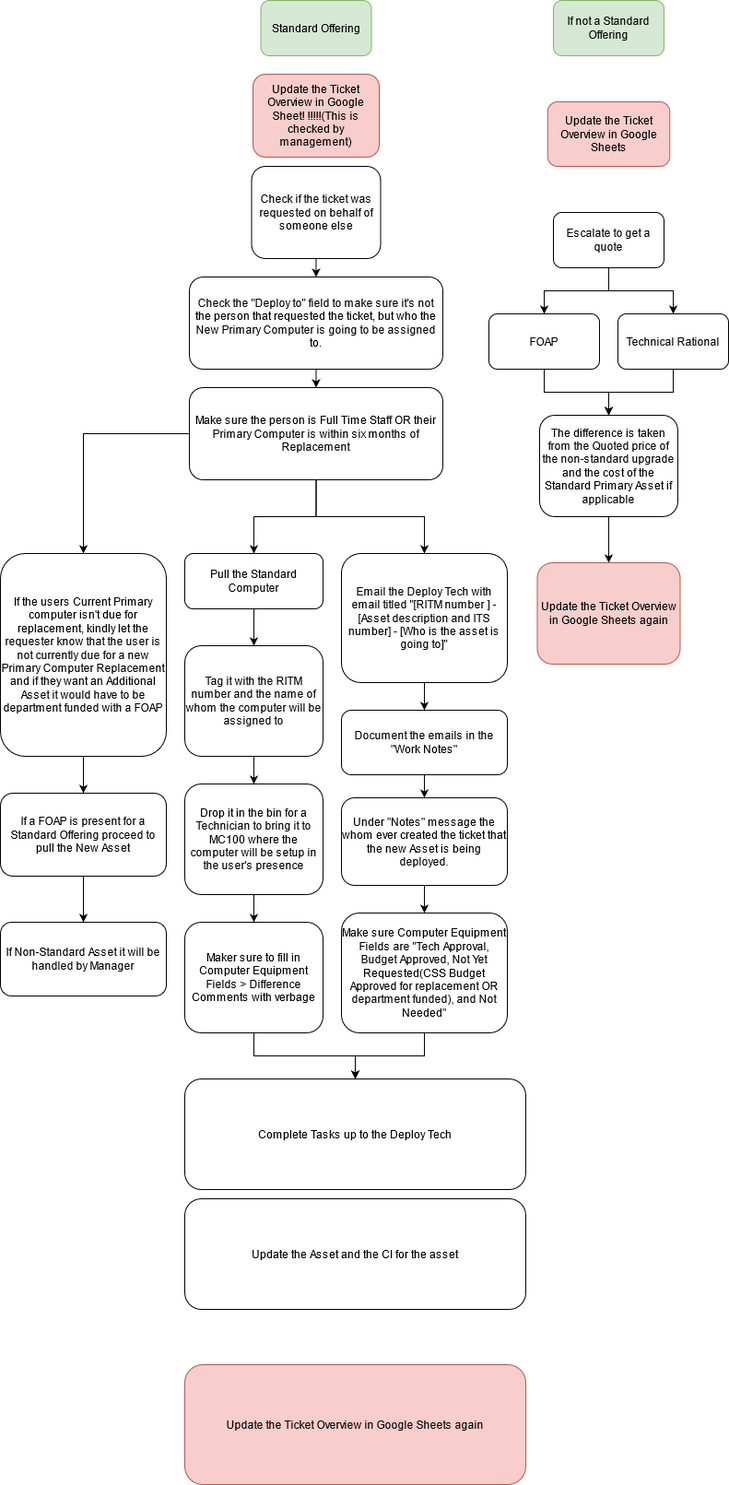
The draw.io diagram Untitled Diagram.drawio.png in KevinWongCS/USFUSF, before a commit. Source tidied: cells renumbered, new cells last; positions are measured from the earlier drawing's top-left corner, leaving out a move shared by most shapes.
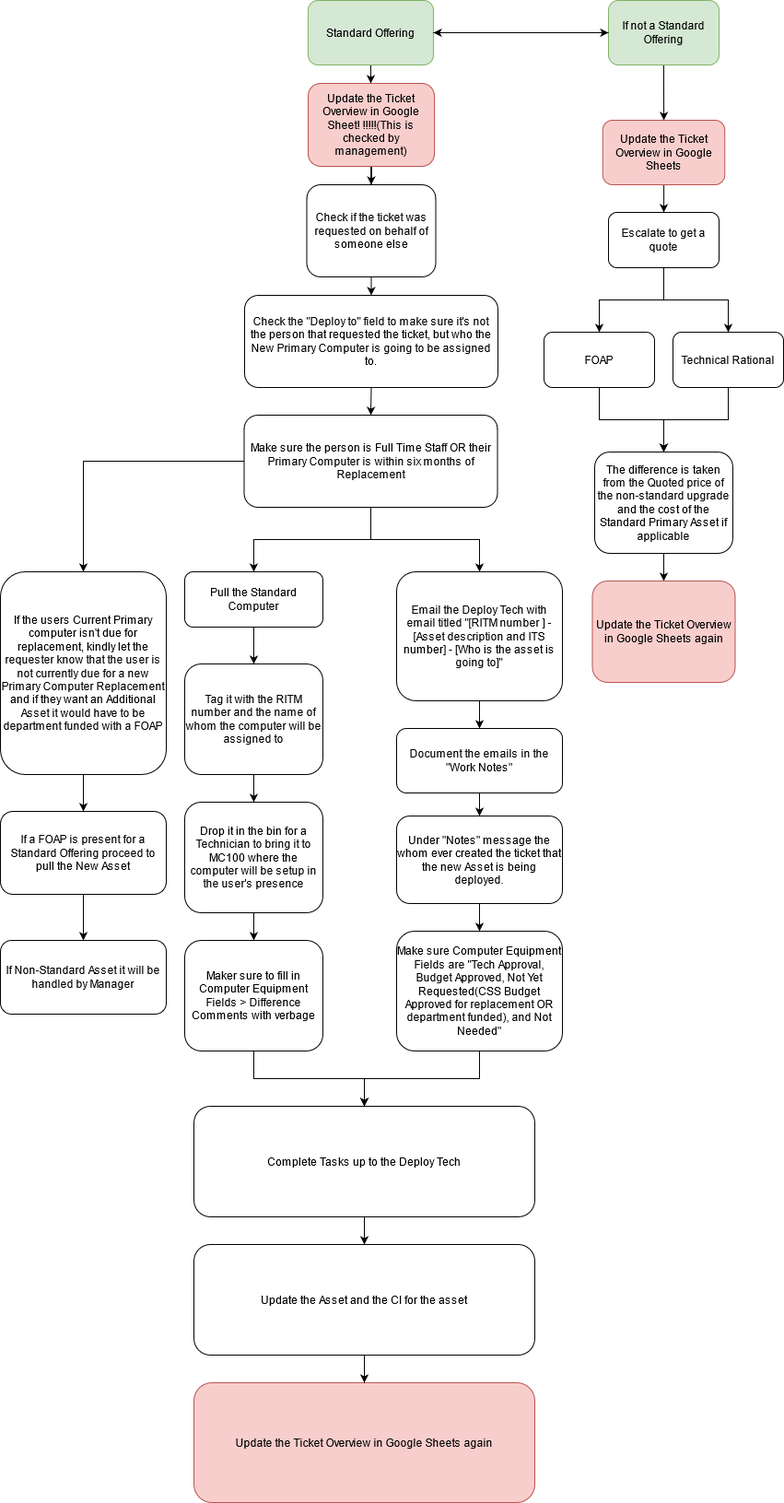
Above is the later version.

Diff of the diagram source:
```diff
@@ -2,8 +2,11 @@
   <root>
     <mxCell id="0" />
     <mxCell id="1" parent="0" />
+    <mxCell id="48" style="edgeStyle=orthogonalEdgeStyle;rounded=0;jettySize=auto;html=1;" parent="1" edge="1" source="2" target="11">
+      <mxGeometry relative="1" as="geometry" />
+    </mxCell>
     <mxCell id="2" value="Standard Offering" style="rounded=1;whiteSpace=wrap;html=1;fillColor=#d5e8d4;strokeColor=#82b366;" parent="1" vertex="1">
-      <mxGeometry x="282.5" width="120" height="60" as="geometry" />
+      <mxGeometry x="274" y="-20" width="136" height="70" as="geometry" />
     </mxCell>
     <mxCell id="3" style="edgeStyle=orthogonalEdgeStyle;rounded=0;jettySize=auto;html=1;exitX=0.5;exitY=1;exitDx=0;exitDy=0;entryX=0.5;entryY=0;entryDx=0;entryDy=0;" parent="1" edge="1" target="6">
       <mxGeometry relative="1" as="geometry">
@@ -23,16 +26,19 @@
       <mxGeometry relative="1" as="geometry" />
     </mxCell>
     <mxCell id="8" value="Pull the Standard Computer" style="rounded=1;whiteSpace=wrap;html=1;" parent="1" vertex="1">
-      <mxGeometry x="200" y="600" width="150" height="60" as="geometry" />
+      <mxGeometry x="140" y="600" width="150" height="60" as="geometry" />
     </mxCell>
     <mxCell id="9" style="edgeStyle=orthogonalEdgeStyle;rounded=0;jettySize=auto;html=1;" parent="1" edge="1" source="10" target="17">
       <mxGeometry relative="1" as="geometry" />
     </mxCell>
     <mxCell id="10" value="Tag it with the RITM number and the name of whom the computer will be assigned to" style="rounded=1;whiteSpace=wrap;html=1;" parent="1" vertex="1">
-      <mxGeometry x="200" y="700" width="150" height="120" as="geometry" />
+      <mxGeometry x="140" y="700" width="150" height="120" as="geometry" />
     </mxCell>
+    <mxCell id="49" style="edgeStyle=orthogonalEdgeStyle;rounded=0;jettySize=auto;html=1;" parent="1" edge="1" source="11" target="4">
+      <mxGeometry relative="1" as="geometry" />
+    </mxCell>
     <mxCell id="11" value="Update the Ticket Overview in Google Sheet! !!!!!(This is checked by management)" style="rounded=1;whiteSpace=wrap;html=1;fillColor=#f8cecc;strokeColor=#b85450;" parent="1" vertex="1">
-      <mxGeometry x="274" y="80" width="137" height="90" as="geometry" />
+      <mxGeometry x="274" y="70" width="137" height="90" as="geometry" />
     </mxCell>
     <mxCell id="12" style="edgeStyle=orthogonalEdgeStyle;rounded=0;jettySize=auto;html=1;entryX=0.5;entryY=0;entryDx=0;entryDy=0;" parent="1" edge="1" source="15" target="19">
       <mxGeometry relative="1" as="geometry" />
@@ -44,19 +50,19 @@
       <mxGeometry relative="1" as="geometry" />
     </mxCell>
     <mxCell id="15" value="Make sure the person is Full Time Staff OR their Primary Computer is within six months of Replacement " style="rounded=1;whiteSpace=wrap;html=1;" parent="1" vertex="1">
-      <mxGeometry x="205" y="420" width="275" height="100" as="geometry" />
+      <mxGeometry x="204.5" y="430" width="275" height="100" as="geometry" />
     </mxCell>
     <mxCell id="16" style="edgeStyle=orthogonalEdgeStyle;rounded=0;jettySize=auto;html=1;" parent="1" edge="1" source="17" target="41">
       <mxGeometry relative="1" as="geometry" />
     </mxCell>
     <mxCell id="17" value="Drop it in the bin for a Technician to bring it to MC100 where the computer will be setup in the user's presence" style="rounded=1;whiteSpace=wrap;html=1;" parent="1" vertex="1">
-      <mxGeometry x="200" y="850" width="150" height="120" as="geometry" />
+      <mxGeometry x="140" y="850" width="150" height="120" as="geometry" />
     </mxCell>
     <mxCell id="18" style="edgeStyle=orthogonalEdgeStyle;rounded=0;jettySize=auto;html=1;" parent="1" edge="1" source="19" target="37">
       <mxGeometry relative="1" as="geometry" />
     </mxCell>
     <mxCell id="19" value="If the users Current Primary computer isn't due for replacement, kindly let the requester know that the user is not currently due for a new Primary Computer Replacement and if they want an Additional Asset it would have to be department funded with a FOAP" style="rounded=1;whiteSpace=wrap;html=1;" parent="1" vertex="1">
-      <mxGeometry y="600" width="180" height="220" as="geometry" />
+      <mxGeometry x="-60" y="600" width="180" height="220" as="geometry" />
     </mxCell>
     <mxCell id="20" style="edgeStyle=orthogonalEdgeStyle;rounded=0;jettySize=auto;html=1;" parent="1" edge="1" source="21" target="23">
       <mxGeometry relative="1" as="geometry" />
@@ -77,7 +83,7 @@
       <mxGeometry relative="1" as="geometry" />
     </mxCell>
     <mxCell id="26" value="Escalate to get a quote" style="rounded=1;whiteSpace=wrap;html=1;" parent="1" vertex="1">
-      <mxGeometry x="600" y="230" width="120" height="60" as="geometry" />
+      <mxGeometry x="600" y="210" width="120" height="60" as="geometry" />
     </mxCell>
     <mxCell id="27" style="edgeStyle=orthogonalEdgeStyle;rounded=0;jettySize=auto;html=1;entryX=0.5;entryY=0;entryDx=0;entryDy=0;" parent="1" edge="1" source="28" target="32">
       <mxGeometry relative="1" as="geometry" />
@@ -95,10 +101,13 @@
       <mxGeometry relative="1" as="geometry" />
     </mxCell>
     <mxCell id="32" value="The difference is taken from the Quoted price of the non-standard upgrade and the cost of the Standard Primary Asset if applicable" style="rounded=1;whiteSpace=wrap;html=1;" parent="1" vertex="1">
-      <mxGeometry x="585" y="450" width="150" height="110" as="geometry" />
+      <mxGeometry x="585" y="470" width="150" height="110" as="geometry" />
     </mxCell>
+    <mxCell id="50" style="edgeStyle=orthogonalEdgeStyle;rounded=0;jettySize=auto;html=1;" parent="1" edge="1" source="33" target="45">
+      <mxGeometry relative="1" as="geometry" />
+    </mxCell>
     <mxCell id="33" value="If not a Standard Offering " style="rounded=1;whiteSpace=wrap;html=1;fillColor=#d5e8d4;strokeColor=#82b366;" parent="1" vertex="1">
-      <mxGeometry x="600" width="120" height="60" as="geometry" />
+      <mxGeometry x="600" y="-20" width="120" height="70" as="geometry" />
     </mxCell>
     <mxCell id="34" style="edgeStyle=orthogonalEdgeStyle;rounded=0;jettySize=auto;html=1;" parent="1" edge="1" source="35" target="43">
       <mxGeometry relative="1" as="geometry" />
@@ -110,19 +119,22 @@
       <mxGeometry relative="1" as="geometry" />
     </mxCell>
     <mxCell id="37" value="If a FOAP is present for a Standard Offering proceed to pull the New Asset " style="rounded=1;whiteSpace=wrap;html=1;" parent="1" vertex="1">
-      <mxGeometry y="860" width="180" height="90" as="geometry" />
+      <mxGeometry x="-60" y="860" width="180" height="90" as="geometry" />
     </mxCell>
     <mxCell id="38" value="If Non-Standard Asset it will be handled by Manager" style="rounded=1;whiteSpace=wrap;html=1;" parent="1" vertex="1">
-      <mxGeometry y="1000" width="180" height="80" as="geometry" />
+      <mxGeometry x="-60" y="1000" width="180" height="80" as="geometry" />
     </mxCell>
+    <mxCell id="51" style="edgeStyle=orthogonalEdgeStyle;rounded=0;jettySize=auto;html=1;" parent="1" edge="1" source="39" target="47">
+      <mxGeometry relative="1" as="geometry" />
+    </mxCell>
     <mxCell id="39" value="Complete Tasks up to the Deploy Tech" style="rounded=1;whiteSpace=wrap;html=1;" parent="1" vertex="1">
-      <mxGeometry x="200" y="1170" width="370" height="120" as="geometry" />
+      <mxGeometry x="150" y="1180" width="370" height="120" as="geometry" />
     </mxCell>
     <mxCell id="40" style="edgeStyle=orthogonalEdgeStyle;rounded=0;jettySize=auto;html=1;" parent="1" edge="1" source="41" target="39">
       <mxGeometry relative="1" as="geometry" />
     </mxCell>
     <mxCell id="41" value="Maker sure to fill in Computer Equipment Fields &amp;gt; Difference Comments with verbage" style="rounded=1;whiteSpace=wrap;html=1;" parent="1" vertex="1">
-      <mxGeometry x="200" y="1000" width="150" height="120" as="geometry" />
+      <mxGeometry x="140" y="1000" width="150" height="120" as="geometry" />
     </mxCell>
     <mxCell id="42" style="edgeStyle=orthogonalEdgeStyle;rounded=0;jettySize=auto;html=1;" parent="1" edge="1" source="43" target="39">
       <mxGeometry relative="1" as="geometry" />
@@ -131,16 +143,25 @@
       <mxGeometry x="370" y="990" width="180" height="130" as="geometry" />
     </mxCell>
     <mxCell id="44" value="Update the Ticket Overview in Google Sheets again" style="rounded=1;whiteSpace=wrap;html=1;fillColor=#f8cecc;strokeColor=#b85450;" parent="1" vertex="1">
-      <mxGeometry x="200" y="1480" width="370" height="130" as="geometry" />
+      <mxGeometry x="150" y="1480" width="370" height="130" as="geometry" />
     </mxCell>
+    <mxCell id="52" style="edgeStyle=orthogonalEdgeStyle;rounded=0;jettySize=auto;html=1;" parent="1" edge="1" source="45" target="26">
+      <mxGeometry relative="1" as="geometry" />
+    </mxCell>
     <mxCell id="45" value="Update the Ticket Overview in Google Sheets " style="rounded=1;whiteSpace=wrap;html=1;fillColor=#f8cecc;strokeColor=#b85450;" parent="1" vertex="1">
       <mxGeometry x="593.8" y="110" width="132.5" height="70" as="geometry" />
     </mxCell>
     <mxCell id="46" value="Update the Ticket Overview in Google Sheets again" style="rounded=1;whiteSpace=wrap;html=1;fillColor=#f8cecc;strokeColor=#b85450;" parent="1" vertex="1">
       <mxGeometry x="582.5" y="610" width="155" height="110" as="geometry" />
     </mxCell>
+    <mxCell id="53" style="edgeStyle=orthogonalEdgeStyle;rounded=0;jettySize=auto;html=1;" parent="1" edge="1" source="47" target="44">
+      <mxGeometry relative="1" as="geometry" />
+    </mxCell>
     <mxCell id="47" value="Update the Asset and the CI for the asset " style="rounded=1;whiteSpace=wrap;html=1;" parent="1" vertex="1">
-      <mxGeometry x="200" y="1300" width="370" height="120" as="geometry" />
+      <mxGeometry x="150" y="1330" width="370" height="120" as="geometry" />
     </mxCell>
+    <mxCell id="54" style="endArrow=classic;startArrow=classic;html=1;rounded=0;entryX=0;entryY=0.5;entryDx=0;entryDy=0;exitX=1;exitY=0.5;exitDx=0;exitDy=0;" parent="1" edge="1" source="2" target="33">
+      <mxGeometry relative="1" as="geometry" />
+    </mxCell>
   </root>
 </mxGraphModel>
```
